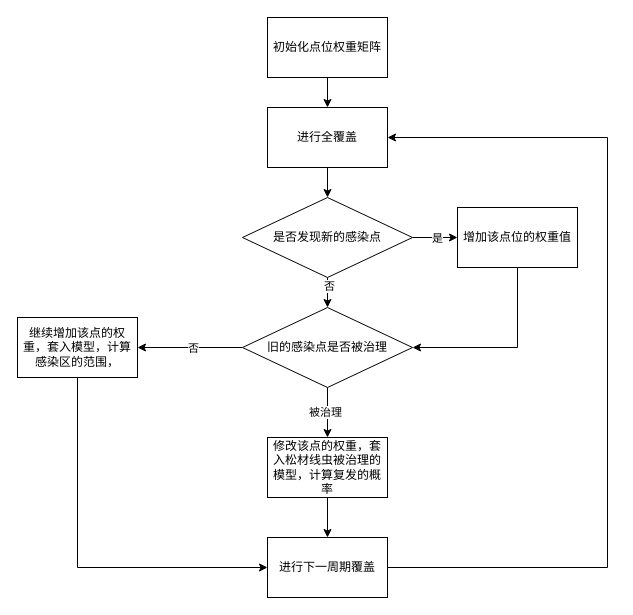
Earlier version of the draw.io diagram 松材线虫检测权重矩阵更新.drawio (AGUANX/draw). Source tidied: cells renumbered, new cells numbered last; positions are measured from the earlier drawing's top-left corner, leaving out a move shared by most shapes. Both pictures are drawn from the tidied source at 100%, with x=0, y=0 at pixel (17, 17).
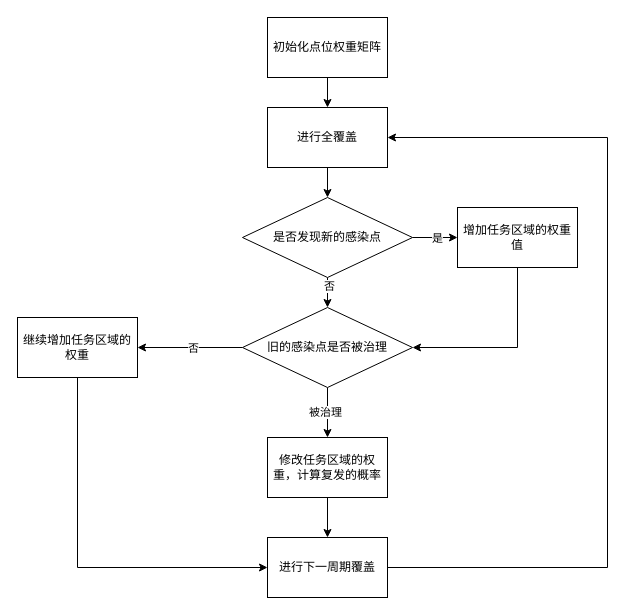
Above is the later version.

Commit message:
更新松材线虫检测权重矩阵更新.drawio

Change to the diagram source:
```diff
@@
-    <mxCell id="17" value="增加该点位的权重值" style="whiteSpace=wrap;html=1;rounded=0;" parent="1" vertex="1">
+    <mxCell id="17" value="增加任务区域的权重值" style="whiteSpace=wrap;html=1;rounded=0;" parent="1" vertex="1">
       <mxGeometry x="440" y="190" width="120" height="60" as="geometry" />
     </mxCell>
@@
-    <mxCell id="19" value="继续增加该点的权重，套入模型，计算感染区的范围，" style="whiteSpace=wrap;html=1;rounded=0;" parent="1" vertex="1">
+    <mxCell id="19" value="继续增加任务区域的权重" style="whiteSpace=wrap;html=1;rounded=0;" parent="1" vertex="1">
       <mxGeometry y="300" width="120" height="60" as="geometry" />
     </mxCell>
@@
-    <mxCell id="21" value="修改该点的权重，套入松材线虫被治理的模型，计算复发的概率" style="whiteSpace=wrap;html=1;rounded=0;" parent="1" vertex="1">
+    <mxCell id="21" value="修改任务区域的权重，计算复发的概率" style="whiteSpace=wrap;html=1;rounded=0;" parent="1" vertex="1">
       <mxGeometry x="250" y="420" width="120" height="60" as="geometry" />
     </mxCell>
```
